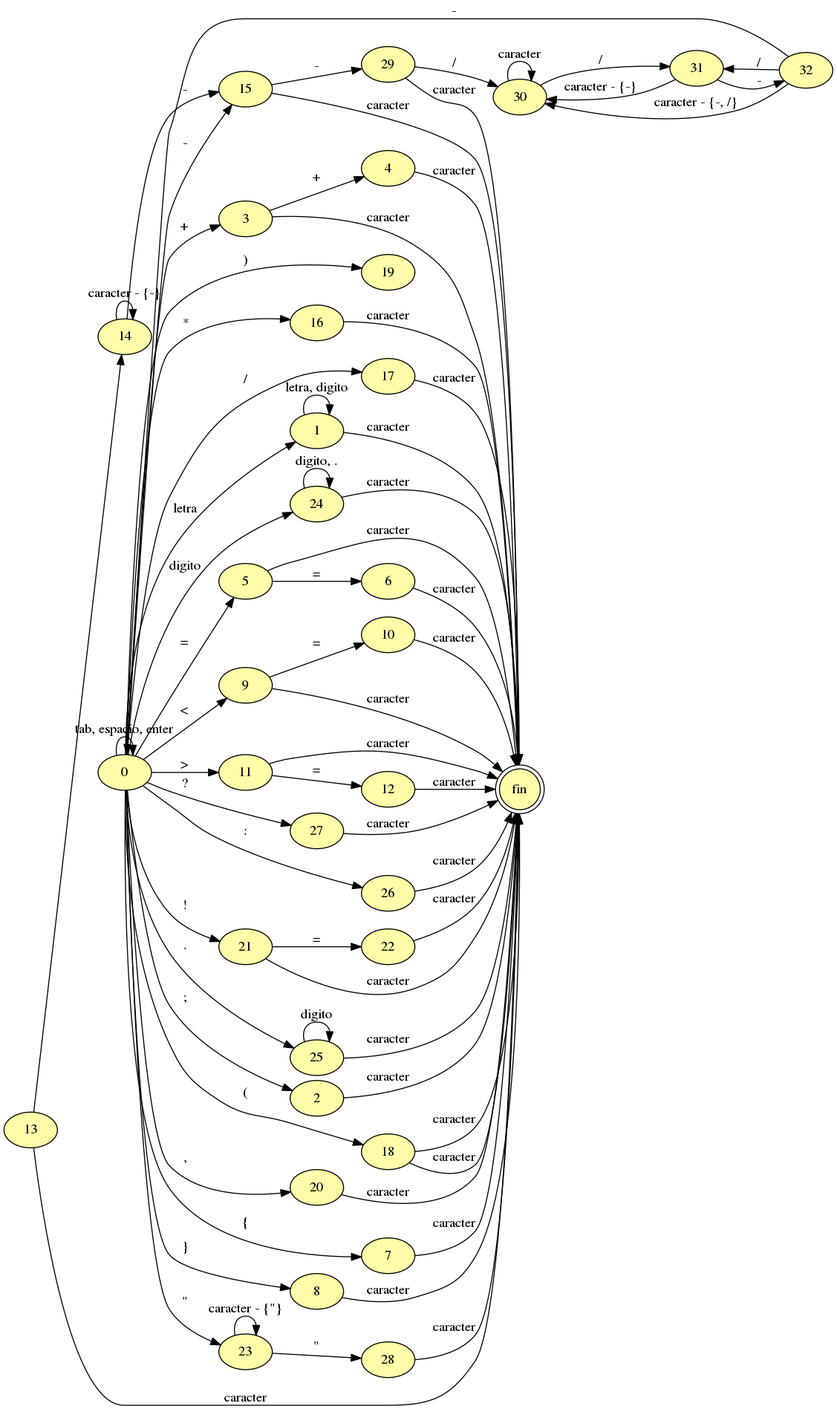
The Graphviz diagram doc/automata.png in romeroyonatan/lyc, before a commit. Its source is kept beside it as doc/automata.gv.
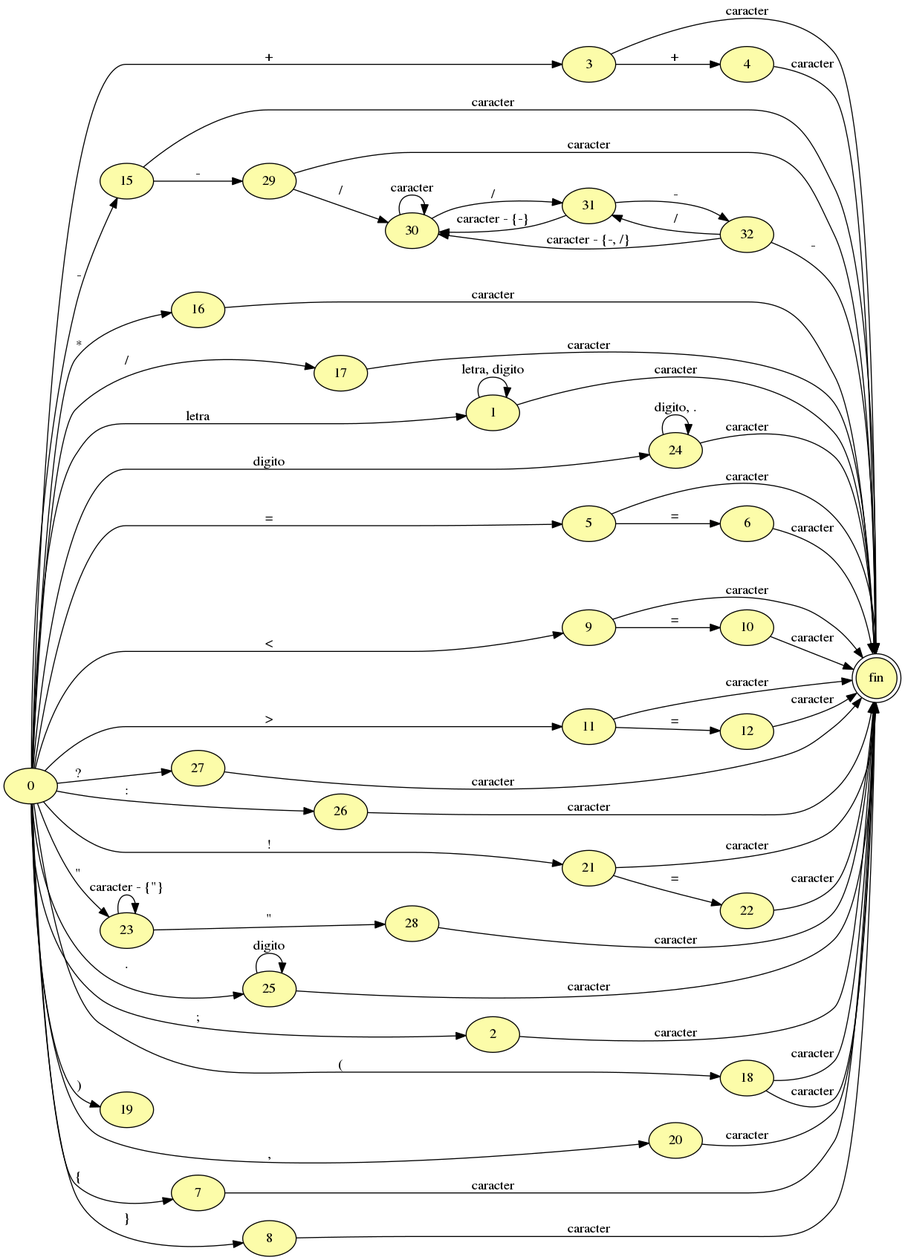
After the change.

Commit message:
Mejoras para que quede mas lindo el automata

What changed in the source:
```diff
@@ -22,7 +22,6 @@
     0->18 [label="("];
     0->19 [label=")"];
     0->20 [label=","];
-    0->0 [label="tab, espacio, enter"];
     0->7 [label="{"];
     0->8 [label="}"];
 
@@ -53,11 +52,7 @@
 
     12->fin [label="caracter"];
 
-    13->14 [label="-"];
-    13->fin [label="caracter"];
 
-    14->14 [label="caracter - {-}"];
-    14->15 [label="-"];
 
     15->29 [label="-"];
     15->fin [label="caracter"];
@@ -97,5 +92,5 @@
 
     32->30 [label="caracter - {-, /}"];
     32->31 [label="/"];
-    32->0 [label="-"];
+    32->fin [label="-"];
 }
```
